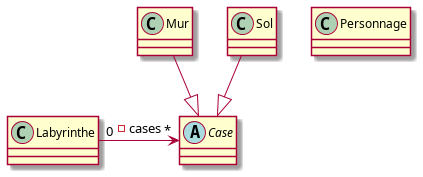
Above: documents/version_1/umlClasses.png in Alex-Michelet/2021_COO_Zeldiablo_Cordurie_Sacquard_Michelet_Kone_Becker (PlantUML), before the change. Its diagram source:
```plantuml
@startuml

class Personnage{}

abstract class Case{}

class Labyrinthe{}

class Mur{}

class Sol{}

Labyrinthe "0" -> "*" Case : -cases

Mur --|> Case
Sol --|> Case

@enduml
```
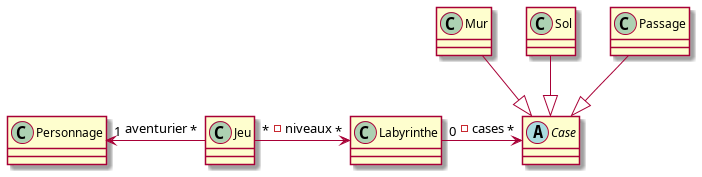
After the change.

Commit message:
Complements diagramme classe

Diff of the diagram source:
```diff
@@ -1,4 +1,6 @@
 @startuml
+
+class Jeu{}
 
 class Personnage{}
 
@@ -10,9 +12,15 @@
 
 class Sol{}
 
+class Passage{}
+
 Labyrinthe "0" -> "*" Case : -cases
 
 Mur --|> Case
 Sol --|> Case
+Passage --|> Case
+
+Jeu "*" -left> "1" Personnage : -aventurier
+Jeu "*" -> "*" Labyrinthe : -niveaux
 
 @enduml
```
